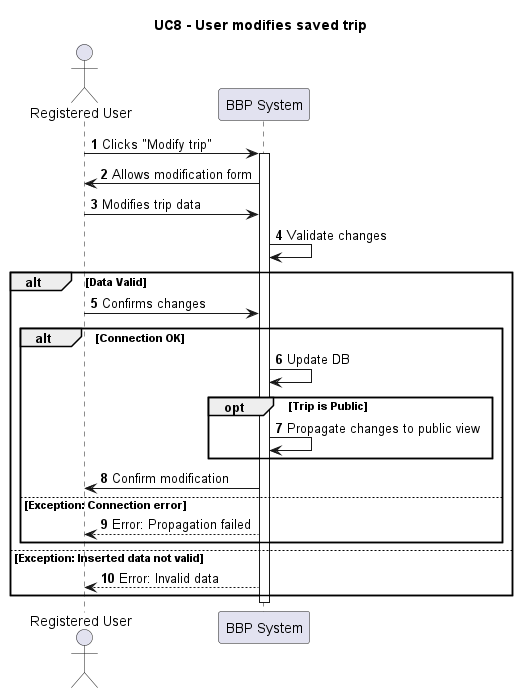
This is RASD/out/RASD/uml/UC8/UC8_ModifyTrip.png from angelo-cantoli/Requirements-Design_Documents, a PlantUML export, as it was before one commit.
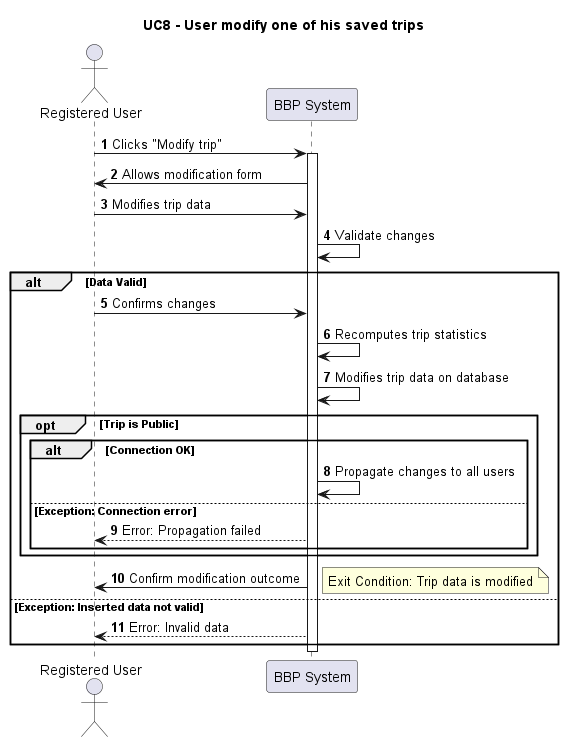
The same file after the commit.

Diff of the diagram source:
```diff
@@ -1,9 +1,10 @@
 @startuml UC8_ModifyTrip
-title UC8 - User modifies saved trip
+title UC8 - User modify one of his saved trips
 actor "Registered User" as User
 participant "BBP System" as System
 
 autonumber
+
 User -> System: Clicks "Modify trip"
 activate System
 System -> User: Allows modification form
@@ -12,16 +13,20 @@
 
 alt Data Valid
     User -> System: Confirms changes
+    System -> System: Recomputes trip statistics
 
-    alt Connection OK
-        System -> System: Update DB
-        opt Trip is Public
-            System -> System: Propagate changes to public view
+    System -> System: Modifies trip data on database
+
+    opt Trip is Public
+        alt Connection OK
+            System -> System: Propagate changes to all users
+        else Exception: Connection error
+            System --> User: Error: Propagation failed
         end
-        System -> User: Confirm modification
-    else Exception: Connection error
-        System --> User: Error: Propagation failed
     end
+
+    System -> User: Confirm modification outcome
+    note right: Exit Condition: Trip data is modified
 
 else Exception: Inserted data not valid
     System --> User: Error: Invalid data
```
